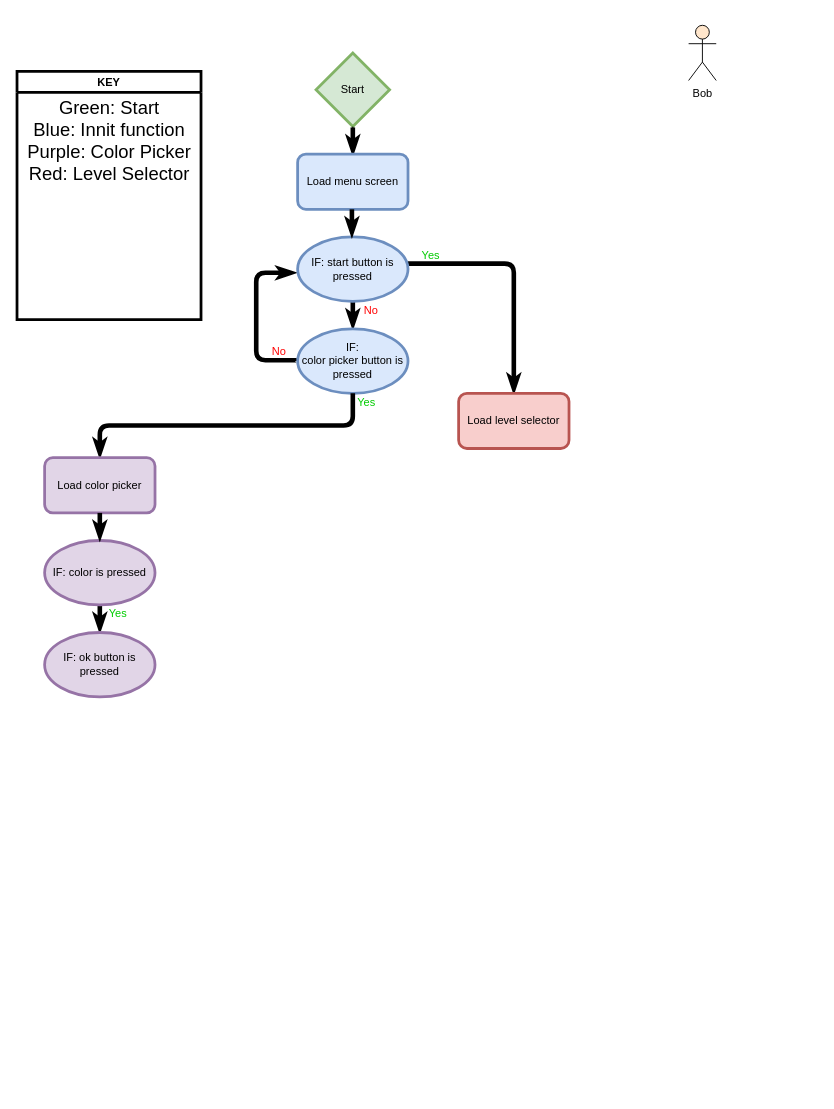
Before: adventurePark.drawio in santinx07/adventurePark, a draw.io diagram. Source tidied: cells renumbered, new cells numbered last; positions are measured from the earlier drawing's top-left corner, leaving out a move shared by most shapes. Both pictures are drawn from the tidied source at 92%, with x=0, y=0 at pixel (17, 25).
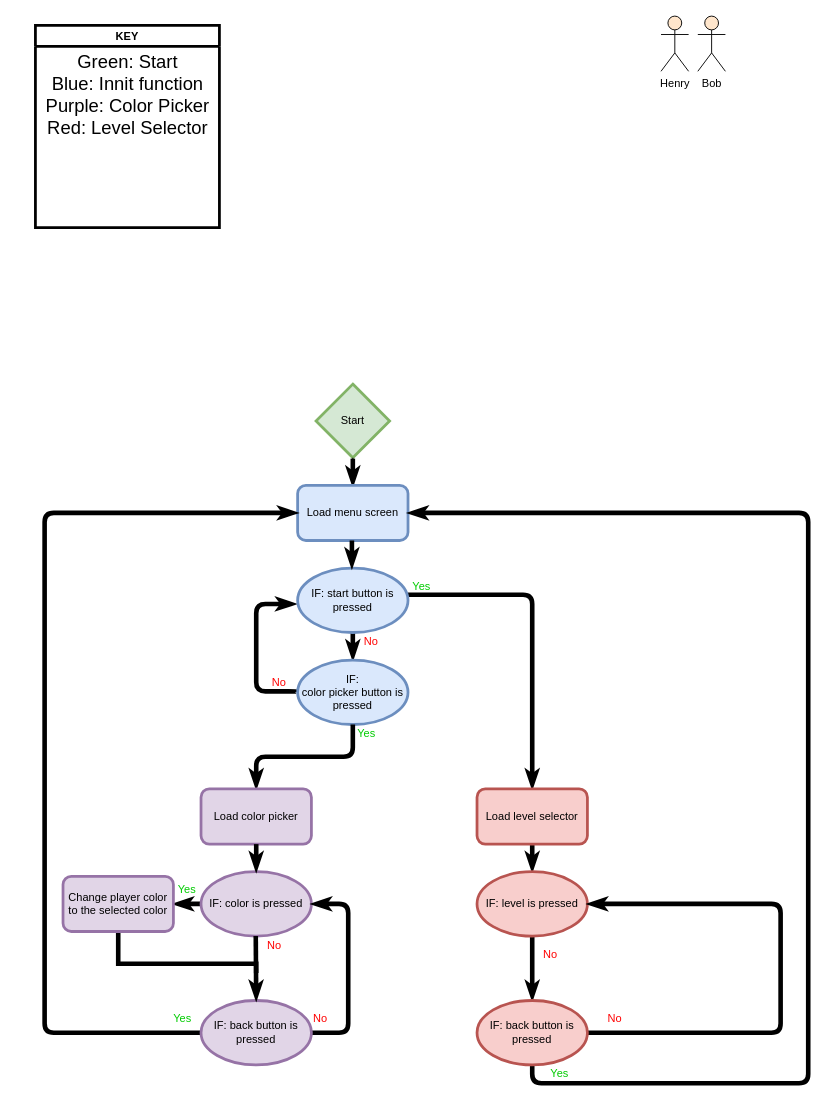
The same page after the edit.

What changed in the source:
```diff
@@
     <mxCell id="2" value="Start" style="rhombus;whiteSpace=wrap;html=1;fillColor=#d5e8d4;strokeColor=#82b366;strokeWidth=3;" parent="1" vertex="1">
-      <mxGeometry x="325" y="30" width="80" height="80" as="geometry" />
+      <mxGeometry x="325" y="390" width="80" height="80" as="geometry" />
     </mxCell>
     <mxCell id="3" value="KEY" style="swimlane;strokeWidth=3;" parent="1" vertex="1">
-      <mxGeometry y="50" width="200" height="270" as="geometry" />
+      <mxGeometry x="20" width="200" height="220" as="geometry" />
     </mxCell>
@@
-    <mxCell id="5" style="endArrow=none;html=1;strokeColor=#000000;strokeWidth=5;entryX=1;entryY=0.5;entryDx=0;entryDy=0;edgeStyle=orthogonalEdgeStyle;endFill=0;startArrow=classicThin;startFill=1;" parent="1" edge="1">
+    <mxCell id="5" style="endArrow=none;html=1;strokeColor=#000000;strokeWidth=5;entryX=1;entryY=0.5;entryDx=0;entryDy=0;edgeStyle=orthogonalEdgeStyle;endFill=0;startArrow=classicThin;startFill=1;exitX=0.5;exitY=0;exitDx=0;exitDy=0;" parent="1" edge="1" source="20">
       <mxGeometry relative="1" as="geometry">
-        <mxPoint x="540" y="400" as="sourcePoint" />
-        <mxPoint x="425" y="259" as="targetPoint" />
+        <mxPoint x="425" y="619" as="targetPoint" />
         <Array as="points">
-          <mxPoint x="540" y="259" />
+          <mxPoint x="560" y="830" />
+          <mxPoint x="560" y="619" />
         </Array>
       </mxGeometry>
     </mxCell>
     <mxCell id="6" style="endArrow=none;html=1;entryX=0.5;entryY=1;entryDx=0;entryDy=0;strokeWidth=5;endFill=0;startArrow=classicThin;startFill=1;" parent="1" edge="1">
       <mxGeometry relative="1" as="geometry">
-        <mxPoint x="365" y="330" as="sourcePoint" />
-        <mxPoint x="365" y="290" as="targetPoint" />
+        <mxPoint x="365" y="690" as="sourcePoint" />
+        <mxPoint x="365" y="650" as="targetPoint" />
       </mxGeometry>
     </mxCell>
     <mxCell id="7" style="endArrow=classicThin;html=1;strokeWidth=5;startArrow=none;startFill=0;endFill=1;exitX=0;exitY=0.5;exitDx=0;exitDy=0;edgeStyle=orthogonalEdgeStyle;" parent="1" edge="1" source="12">
       <mxGeometry relative="1" as="geometry">
-        <mxPoint x="303" y="269" as="targetPoint" />
+        <mxPoint x="303" y="629" as="targetPoint" />
         <Array as="points">
-          <mxPoint x="260" y="364" />
-          <mxPoint x="260" y="269" />
-          <mxPoint x="303" y="269" />
+          <mxPoint x="260" y="724" />
+          <mxPoint x="260" y="629" />
+          <mxPoint x="303" y="629" />
         </Array>
       </mxGeometry>
     </mxCell>
     <mxCell id="8" value="&lt;font color=&quot;#ff0000&quot;&gt;No&lt;/font&gt;" style="text;html=1;strokeColor=none;fillColor=none;align=center;verticalAlign=middle;whiteSpace=wrap;rounded=0;" parent="1" vertex="1">
-      <mxGeometry x="265" y="345" width="40" height="20" as="geometry" />
+      <mxGeometry x="265" y="705" width="40" height="20" as="geometry" />
     </mxCell>
     <mxCell id="9" value="&lt;font color=&quot;#ff0000&quot;&gt;No&lt;/font&gt;" style="text;html=1;strokeColor=none;fillColor=none;align=center;verticalAlign=middle;whiteSpace=wrap;rounded=0;" parent="1" vertex="1">
-      <mxGeometry x="365" y="300" width="40" height="20" as="geometry" />
+      <mxGeometry x="365" y="660" width="40" height="20" as="geometry" />
     </mxCell>
     <mxCell id="10" value="&lt;span&gt;IF: start button is pressed&lt;/span&gt;" style="ellipse;whiteSpace=wrap;html=1;fillColor=#dae8fc;strokeColor=#6c8ebf;strokeWidth=3;" parent="1" vertex="1">
-      <mxGeometry x="305" y="230" width="120" height="70" as="geometry" />
+      <mxGeometry x="305" y="590" width="120" height="70" as="geometry" />
     </mxCell>
     <mxCell id="11" style="endArrow=none;html=1;entryX=0.5;entryY=1;entryDx=0;entryDy=0;strokeWidth=5;startArrow=classicThin;startFill=1;" parent="1" edge="1">
       <mxGeometry relative="1" as="geometry">
-        <mxPoint x="365" y="141" as="sourcePoint" />
-        <mxPoint x="365" y="111" as="targetPoint" />
+        <mxPoint x="365" y="501" as="sourcePoint" />
+        <mxPoint x="365" y="471" as="targetPoint" />
       </mxGeometry>
     </mxCell>
     <mxCell id="12" value="&lt;span&gt;IF: &lt;br&gt;color picker button is pressed&lt;/span&gt;" style="ellipse;whiteSpace=wrap;html=1;fillColor=#dae8fc;strokeColor=#6c8ebf;strokeWidth=3;" parent="1" vertex="1">
-      <mxGeometry x="305" y="330" width="120" height="70" as="geometry" />
+      <mxGeometry x="305" y="690" width="120" height="70" as="geometry" />
     </mxCell>
@@
     <mxCell id="14" value="Load color picker" style="rounded=1;whiteSpace=wrap;html=1;fillColor=#e1d5e7;strokeColor=#9673a6;strokeWidth=3;" parent="1" vertex="1">
-      <mxGeometry x="30" y="470" width="120" height="60" as="geometry" />
+      <mxGeometry x="200" y="830" width="120" height="60" as="geometry" />
     </mxCell>
     <mxCell id="15" value="&lt;font color=&quot;#00cc00&quot;&gt;Yes&lt;/font&gt;" style="text;html=1;strokeColor=none;fillColor=none;align=center;verticalAlign=middle;whiteSpace=wrap;rounded=0;" parent="1" vertex="1">
-      <mxGeometry x="430" y="240" width="40" height="20" as="geometry" />
+      <mxGeometry x="420" y="600" width="40" height="20" as="geometry" />
     </mxCell>
     <mxCell id="16" value="&lt;font color=&quot;#00cc00&quot;&gt;Yes&lt;/font&gt;" style="text;html=1;strokeColor=none;fillColor=none;align=center;verticalAlign=middle;whiteSpace=wrap;rounded=0;" parent="1" vertex="1">
-      <mxGeometry x="360" y="400" width="40" height="20" as="geometry" />
+      <mxGeometry x="360" y="760" width="40" height="20" as="geometry" />
     </mxCell>
@@
     <mxCell id="18" value="Load menu screen" style="rounded=1;whiteSpace=wrap;html=1;fillColor=#dae8fc;strokeColor=#6c8ebf;strokeWidth=3;" parent="1" vertex="1">
-      <mxGeometry x="305" y="140" width="120" height="60" as="geometry" />
+      <mxGeometry x="305" y="500" width="120" height="60" as="geometry" />
     </mxCell>
     <mxCell id="19" style="edgeStyle=orthogonalEdgeStyle;rounded=0;orthogonalLoop=1;jettySize=auto;html=1;startArrow=classicThin;startFill=1;endArrow=none;endFill=0;strokeWidth=5;" parent="1" edge="1">
       <mxGeometry relative="1" as="geometry">
-        <mxPoint x="364" y="230" as="sourcePoint" />
-        <mxPoint x="364" y="200" as="targetPoint" />
+        <mxPoint x="364" y="590" as="sourcePoint" />
+        <mxPoint x="364" y="560" as="targetPoint" />
       </mxGeometry>
     </mxCell>
+    <mxCell id="27" style="edgeStyle=orthogonalEdgeStyle;rounded=0;jettySize=auto;html=1;entryX=0.5;entryY=0;entryDx=0;entryDy=0;endArrow=classicThin;endFill=1;strokeWidth=5;" parent="1" edge="1" source="20" target="41">
+      <mxGeometry relative="1" as="geometry" />
+    </mxCell>
     <mxCell id="20" value="Load level selector" style="rounded=1;whiteSpace=wrap;html=1;strokeWidth=3;fillColor=#f8cecc;strokeColor=#b85450;" parent="1" vertex="1">
-      <mxGeometry x="480" y="400" width="120" height="60" as="geometry" />
+      <mxGeometry x="500" y="830" width="120" height="60" as="geometry" />
     </mxCell>
-    <mxCell id="21" style="edgeStyle=orthogonalEdgeStyle;rounded=0;jettySize=auto;html=1;startArrow=none;startFill=0;strokeWidth=5;endArrow=classicThin;endFill=1;" parent="1" edge="1" source="22">
-      <mxGeometry relative="1" as="geometry">
-        <mxPoint x="90" y="660" as="targetPoint" />
-      </mxGeometry>
-    </mxCell>
+    <mxCell id="28" style="edgeStyle=orthogonalEdgeStyle;rounded=0;jettySize=auto;html=1;endArrow=classicThin;endFill=1;strokeWidth=5;" parent="1" edge="1" source="22" target="30">
+      <mxGeometry relative="1" as="geometry" />
+    </mxCell>
     <mxCell id="22" value="&lt;span&gt;IF: color is pressed&lt;br&gt;&lt;/span&gt;" style="ellipse;whiteSpace=wrap;html=1;fillColor=#e1d5e7;strokeColor=#9673a6;strokeWidth=3;" parent="1" vertex="1">
-      <mxGeometry x="30" y="560" width="120" height="70" as="geometry" />
+      <mxGeometry x="200" y="920" width="120" height="70" as="geometry" />
     </mxCell>
@@
     <mxCell id="24" value="Bob" style="shape=umlActor;verticalLabelPosition=bottom;verticalAlign=top;html=1;fillColor=#ffe6cc;" parent="1" vertex="1">
-      <mxGeometry x="730" width="30" height="60" as="geometry" />
+      <mxGeometry x="740" y="-10" width="30" height="60" as="geometry" />
     </mxCell>
-    <mxCell id="25" value="&lt;span&gt;IF: ok button is pressed&lt;br&gt;&lt;/span&gt;" style="ellipse;whiteSpace=wrap;html=1;fillColor=#e1d5e7;strokeColor=#9673a6;strokeWidth=3;" parent="1" vertex="1">
-      <mxGeometry x="30" y="660" width="120" height="70" as="geometry" />
-    </mxCell>
     <mxCell id="26" value="&lt;font color=&quot;#00cc00&quot;&gt;Yes&lt;/font&gt;" style="text;html=1;strokeColor=none;fillColor=none;align=center;verticalAlign=middle;whiteSpace=wrap;rounded=0;" parent="1" vertex="1">
-      <mxGeometry x="90" y="630" width="40" height="20" as="geometry" />
+      <mxGeometry x="165" y="930" width="40" height="20" as="geometry" />
     </mxCell>
+    <mxCell id="29" style="edgeStyle=orthogonalEdgeStyle;rounded=0;jettySize=auto;html=1;strokeWidth=5;endArrow=none;endFill=0;" parent="1" edge="1" source="30">
+      <mxGeometry relative="1" as="geometry">
+        <mxPoint x="260" y="1030" as="targetPoint" />
+        <Array as="points">
+          <mxPoint x="110" y="1020" />
+          <mxPoint x="260" y="1020" />
+        </Array>
+      </mxGeometry>
+    </mxCell>
+    <mxCell id="30" value="&lt;span&gt;Change player color to the selected color&lt;/span&gt;" style="rounded=1;whiteSpace=wrap;html=1;strokeWidth=3;fillColor=#e1d5e7;strokeColor=#9673a6;" parent="1" vertex="1">
+      <mxGeometry x="50" y="925" width="120" height="60" as="geometry" />
+    </mxCell>
+    <mxCell id="31" value="Henry" style="shape=umlActor;verticalLabelPosition=bottom;verticalAlign=top;html=1;fillColor=#ffe6cc;" parent="1" vertex="1">
+      <mxGeometry x="700" y="-10" width="30" height="60" as="geometry" />
+    </mxCell>
+    <mxCell id="32" style="edgeStyle=orthogonalEdgeStyle;rounded=1;jettySize=auto;html=1;entryX=1;entryY=0.5;entryDx=0;entryDy=0;endArrow=classicThin;endFill=1;strokeWidth=5;exitX=1;exitY=0.5;exitDx=0;exitDy=0;" parent="1" edge="1" source="34" target="22">
+      <mxGeometry relative="1" as="geometry">
+        <Array as="points">
+          <mxPoint x="360" y="1095" />
+          <mxPoint x="360" y="955" />
+        </Array>
+      </mxGeometry>
+    </mxCell>
+    <mxCell id="33" style="edgeStyle=orthogonalEdgeStyle;rounded=1;jettySize=auto;html=1;endArrow=classicThin;endFill=1;strokeWidth=5;entryX=0;entryY=0.5;entryDx=0;entryDy=0;exitX=0;exitY=0.5;exitDx=0;exitDy=0;" parent="1" edge="1" source="34" target="18">
+      <mxGeometry relative="1" as="geometry">
+        <Array as="points">
+          <mxPoint x="30" y="1095" />
+          <mxPoint x="30" y="530" />
+        </Array>
+      </mxGeometry>
+    </mxCell>
+    <mxCell id="34" value="&lt;span&gt;IF: back button is pressed&lt;br&gt;&lt;/span&gt;" style="ellipse;whiteSpace=wrap;html=1;fillColor=#e1d5e7;strokeColor=#9673a6;strokeWidth=3;" parent="1" vertex="1">
+      <mxGeometry x="200" y="1060" width="120" height="70" as="geometry" />
+    </mxCell>
+    <mxCell id="35" style="endArrow=none;html=1;entryX=0.5;entryY=1;entryDx=0;entryDy=0;exitX=0.5;exitY=0;exitDx=0;exitDy=0;startArrow=classicThin;startFill=1;strokeWidth=5;" parent="1" edge="1" source="34">
+      <mxGeometry relative="1" as="geometry">
+        <mxPoint x="259.5" y="990" as="targetPoint" />
+      </mxGeometry>
+    </mxCell>
+    <mxCell id="36" value="&lt;font color=&quot;#ff0000&quot;&gt;No&lt;/font&gt;" style="text;html=1;strokeColor=none;fillColor=none;align=center;verticalAlign=middle;whiteSpace=wrap;rounded=0;" parent="1" vertex="1">
+      <mxGeometry x="260" y="990" width="40" height="20" as="geometry" />
+    </mxCell>
+    <mxCell id="37" value="&lt;font color=&quot;#ff0000&quot;&gt;No&lt;/font&gt;" style="text;html=1;strokeColor=none;fillColor=none;align=center;verticalAlign=middle;whiteSpace=wrap;rounded=0;" parent="1" vertex="1">
+      <mxGeometry x="310" y="1070" width="40" height="20" as="geometry" />
+    </mxCell>
+    <mxCell id="38" value="&lt;font color=&quot;#00cc00&quot;&gt;Yes&lt;/font&gt;" style="text;html=1;strokeColor=none;fillColor=none;align=center;verticalAlign=middle;whiteSpace=wrap;rounded=0;" parent="1" vertex="1">
+      <mxGeometry x="160" y="1070" width="40" height="20" as="geometry" />
+    </mxCell>
+    <mxCell id="39" style="edgeStyle=orthogonalEdgeStyle;rounded=1;orthogonalLoop=1;jettySize=auto;html=1;entryX=1.033;entryY=0.414;entryDx=0;entryDy=0;entryPerimeter=0;endArrow=classicThin;endFill=1;strokeWidth=5;exitX=1;exitY=0.5;exitDx=0;exitDy=0;" parent="1" edge="1">
+      <mxGeometry relative="1" as="geometry">
+        <mxPoint x="694" y="459" as="targetPoint" />
+        <Array as="points">
+          <mxPoint x="730" y="605" />
+          <mxPoint x="730" y="459" />
+        </Array>
+      </mxGeometry>
+    </mxCell>
+    <mxCell id="40" style="edgeStyle=orthogonalEdgeStyle;rounded=0;jettySize=auto;html=1;strokeWidth=5;endArrow=classicThin;endFill=1;" parent="1" edge="1" source="41" target="44">
+      <mxGeometry relative="1" as="geometry" />
+    </mxCell>
+    <mxCell id="41" value="&lt;span&gt;IF: level is pressed&lt;br&gt;&lt;/span&gt;" style="ellipse;whiteSpace=wrap;html=1;fillColor=#f8cecc;strokeColor=#b85450;strokeWidth=3;" parent="1" vertex="1">
+      <mxGeometry x="500" y="920" width="120" height="70" as="geometry" />
+    </mxCell>
+    <mxCell id="42" style="edgeStyle=orthogonalEdgeStyle;rounded=1;jettySize=auto;html=1;entryX=1;entryY=0.5;entryDx=0;entryDy=0;endArrow=classicThin;endFill=1;strokeColor=#000000;strokeWidth=5;exitX=0.5;exitY=1;exitDx=0;exitDy=0;" parent="1" edge="1" source="44" target="18">
+      <mxGeometry relative="1" as="geometry">
+        <Array as="points">
+          <mxPoint x="560" y="1150" />
+          <mxPoint x="860" y="1150" />
+          <mxPoint x="860" y="530" />
+        </Array>
+      </mxGeometry>
+    </mxCell>
+    <mxCell id="43" style="edgeStyle=orthogonalEdgeStyle;rounded=1;jettySize=auto;html=1;exitX=1;exitY=0.5;exitDx=0;exitDy=0;entryX=1;entryY=0.5;entryDx=0;entryDy=0;endArrow=classicThin;endFill=1;strokeColor=#000000;strokeWidth=5;" parent="1" edge="1" source="44" target="41">
+      <mxGeometry relative="1" as="geometry">
+        <Array as="points">
+          <mxPoint x="830" y="1095" />
+          <mxPoint x="830" y="955" />
+        </Array>
+      </mxGeometry>
+    </mxCell>
+    <mxCell id="44" value="&lt;span&gt;IF: back button is pressed&lt;br&gt;&lt;/span&gt;" style="ellipse;whiteSpace=wrap;html=1;fillColor=#f8cecc;strokeColor=#b85450;strokeWidth=3;" parent="1" vertex="1">
+      <mxGeometry x="500" y="1060" width="120" height="70" as="geometry" />
+    </mxCell>
+    <mxCell id="45" value="&lt;font color=&quot;#ff0000&quot;&gt;No&lt;/font&gt;" style="text;html=1;strokeColor=none;fillColor=none;align=center;verticalAlign=middle;whiteSpace=wrap;rounded=0;" parent="1" vertex="1">
+      <mxGeometry x="630" y="1070" width="40" height="20" as="geometry" />
+    </mxCell>
+    <mxCell id="46" value="&lt;font color=&quot;#00cc00&quot;&gt;Yes&lt;/font&gt;" style="text;html=1;strokeColor=none;fillColor=none;align=center;verticalAlign=middle;whiteSpace=wrap;rounded=0;" parent="1" vertex="1">
+      <mxGeometry x="570" y="1130" width="40" height="20" as="geometry" />
+    </mxCell>
+    <mxCell id="47" value="&lt;font color=&quot;#ff0000&quot;&gt;No&lt;/font&gt;" style="text;html=1;strokeColor=none;fillColor=none;align=center;verticalAlign=middle;whiteSpace=wrap;rounded=0;" parent="1" vertex="1">
+      <mxGeometry x="560" y="1000" width="40" height="20" as="geometry" />
+    </mxCell>
```
